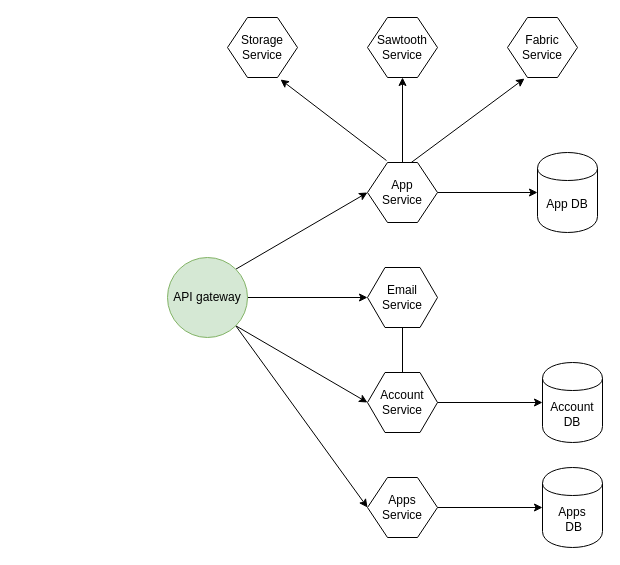
Above: page "architecture" (1 of 2) of v-chain microservices architecture.drawio in NTT-TNN/draw (draw.io), before the change. Source tidied: cells renumbered, new cells numbered last; positions are measured from the earlier drawing's top-left corner, leaving out a move shared by most shapes. Both pictures are drawn from the tidied source at 100%, with x=0, y=0 at pixel (167, 17).
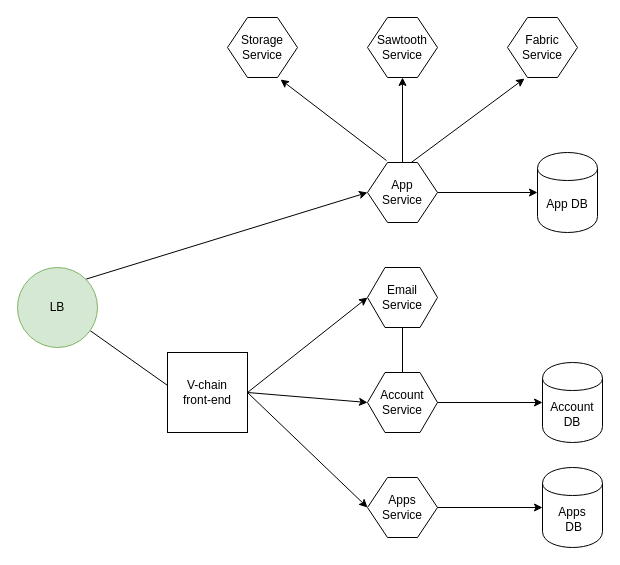
After the change.

The change refers to these unchanged cells:
```xml
<mxCell id="14" value="Account Service" style="shape=hexagon;html=1;whiteSpace=wrap;perimeter=hexagonPerimeter;rounded=0;" parent="1" vertex="1">
  <mxGeometry x="200" y="355" width="70" height="60" as="geometry" />
</mxCell>
<mxCell id="15" value="Email Service" style="shape=hexagon;html=1;whiteSpace=wrap;perimeter=hexagonPerimeter;rounded=0;" parent="1" vertex="1">
  <mxGeometry x="200" y="250" width="70" height="60" as="geometry" />
</mxCell>
<mxCell id="22" value="Apps&lt;br&gt;Service" style="shape=hexagon;html=1;whiteSpace=wrap;perimeter=hexagonPerimeter;rounded=0;size=0.2857142857142857;" parent="1" vertex="1">
  <mxGeometry x="200" y="460" width="70" height="60" as="geometry" />
</mxCell>
```

Diff of the diagram source:
```diff
@@
-    <mxCell id="2" style="edgeStyle=none;rounded=0;jettySize=auto;html=1;exitX=1;exitY=1;exitDx=0;exitDy=0;entryX=0;entryY=0.5;entryDx=0;entryDy=0;" parent="1" edge="1" source="6" target="14">
+    <mxCell id="2" style="edgeStyle=none;rounded=0;jettySize=auto;html=1;entryX=0;entryY=0.5;entryDx=0;entryDy=0;exitX=1;exitY=0.5;exitDx=0;exitDy=0;" parent="1" edge="1" source="25" target="14">
       <mxGeometry relative="1" as="geometry" />
     </mxCell>
@@
-    <mxCell id="4" style="edgeStyle=none;rounded=0;jettySize=auto;html=1;exitX=1;exitY=0.5;exitDx=0;exitDy=0;entryX=0;entryY=0.5;entryDx=0;entryDy=0;" parent="1" edge="1" source="6" target="15">
+    <mxCell id="4" style="edgeStyle=none;rounded=0;jettySize=auto;html=1;exitX=1;exitY=0.5;exitDx=0;exitDy=0;entryX=0;entryY=0.5;entryDx=0;entryDy=0;" parent="1" edge="1" source="25" target="15">
       <mxGeometry relative="1" as="geometry" />
     </mxCell>
-    <mxCell id="5" style="rounded=0;jettySize=auto;html=1;exitX=1;exitY=1;exitDx=0;exitDy=0;entryX=0;entryY=0.5;entryDx=0;entryDy=0;" parent="1" edge="1" source="6" target="22">
+    <mxCell id="5" style="rounded=0;jettySize=auto;html=1;exitX=1;exitY=0.5;exitDx=0;exitDy=0;entryX=0;entryY=0.5;entryDx=0;entryDy=0;" parent="1" edge="1" source="25" target="22">
       <mxGeometry relative="1" as="geometry" />
     </mxCell>
+    <mxCell id="24" style="rounded=0;jettySize=auto;html=1;entryX=0.125;entryY=0.5;entryDx=0;entryDy=0;entryPerimeter=0;" parent="1" edge="1" source="6" target="25">
+      <mxGeometry relative="1" as="geometry" />
+    </mxCell>
-    <mxCell id="6" value="API gateway" style="ellipse;whiteSpace=wrap;html=1;fillColor=#d5e8d4;strokeColor=#82b366;" parent="1" vertex="1">
-      <mxGeometry y="240" width="80" height="80" as="geometry" />
+    <mxCell id="6" value="LB" style="ellipse;whiteSpace=wrap;html=1;fillColor=#d5e8d4;strokeColor=#82b366;" parent="1" vertex="1">
+      <mxGeometry x="-150" y="250" width="80" height="80" as="geometry" />
     </mxCell>
@@
+    <mxCell id="25" value="V-chain &lt;br&gt;front-end" style="whiteSpace=wrap;html=1;" parent="1" vertex="1">
+      <mxGeometry y="335" width="80" height="80" as="geometry" />
+    </mxCell>
```
